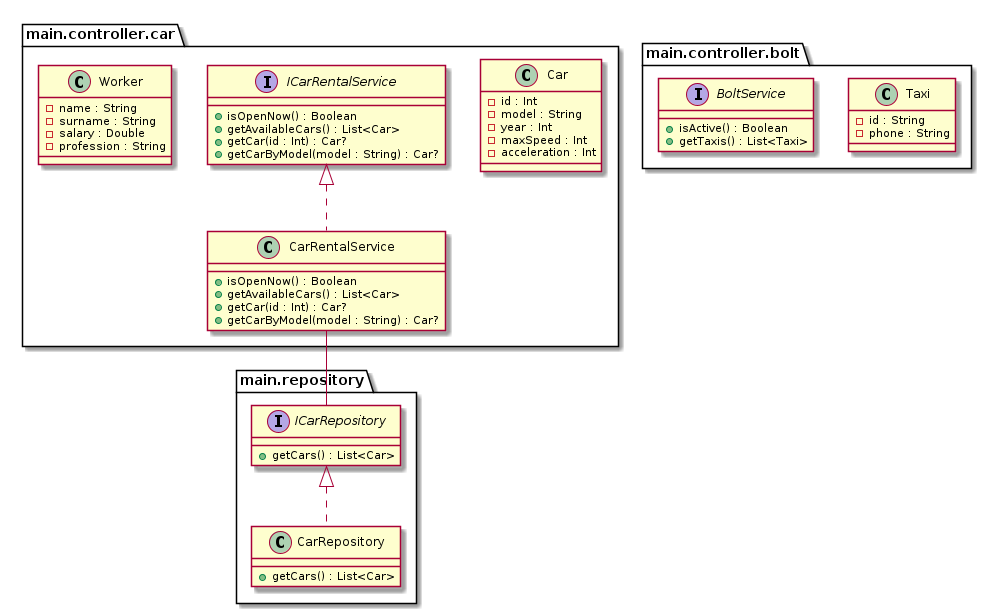
This is docs/diagram.png from LLM-Automation-Docs/Auto-Docs, a PlantUML export, as it was before one commit. Its source is kept beside it as docs/diagram.puml.
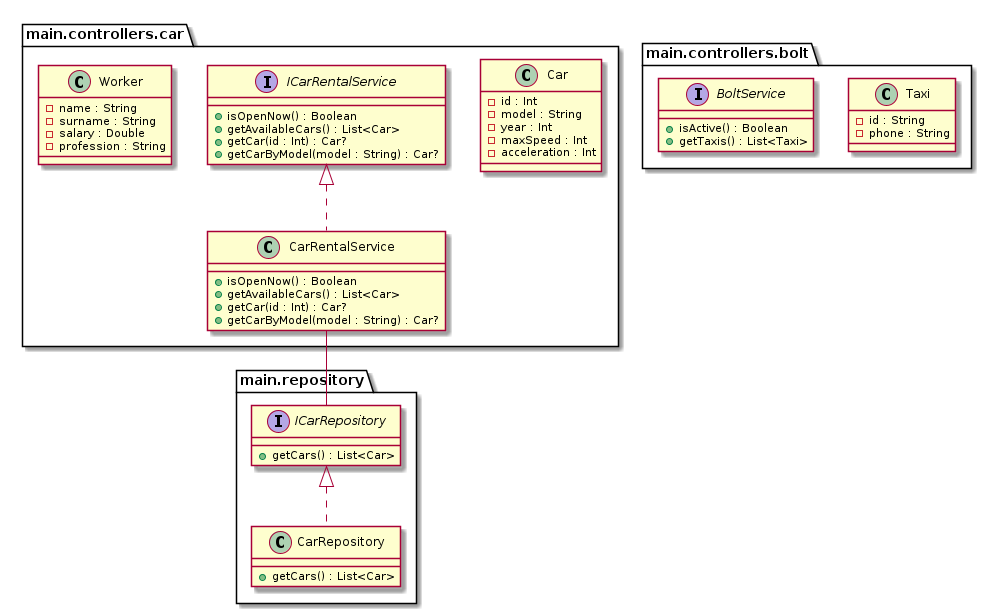
After the commit.

Change to the diagram source:
```diff
@@ -1,5 +1,5 @@
 @startuml
-class main.controller.car.Car {
+class main.controllers.car.Car {
     -id : Int
     -model : String
     -year : Int
@@ -7,33 +7,33 @@
     -acceleration : Int
 }
 
-interface main.controller.car.ICarRentalService {
+interface main.controllers.car.ICarRentalService {
     +isOpenNow() : Boolean
     +getAvailableCars() : List<Car>
     +getCar(id : Int) : Car?
     +getCarByModel(model : String) : Car?
 }
 
-class main.controller.car.CarRentalService implements main.controller.car.ICarRentalService {
+class main.controllers.car.CarRentalService implements main.controllers.car.ICarRentalService {
     +isOpenNow() : Boolean
     +getAvailableCars() : List<Car>
     +getCar(id : Int) : Car?
     +getCarByModel(model : String) : Car?
 }
 
-class main.controller.car.Worker {
+class main.controllers.car.Worker {
     -name : String
     -surname : String
     -salary : Double
     -profession : String
 }
 
-class main.controller.bolt.Taxi {
+class main.controllers.bolt.Taxi {
     -id : String
     -phone : String
 }
 
-interface main.controller.bolt.BoltService {
+interface main.controllers.bolt.BoltService {
     +isActive() : Boolean
     +getTaxis() : List<Taxi>
 }
@@ -46,5 +46,5 @@
     +getCars() : List<Car>
 }
 
-main.controller.car.CarRentalService -- main.repository.ICarRepository
+main.controllers.car.CarRentalService -- main.repository.ICarRepository
 @enduml
```
